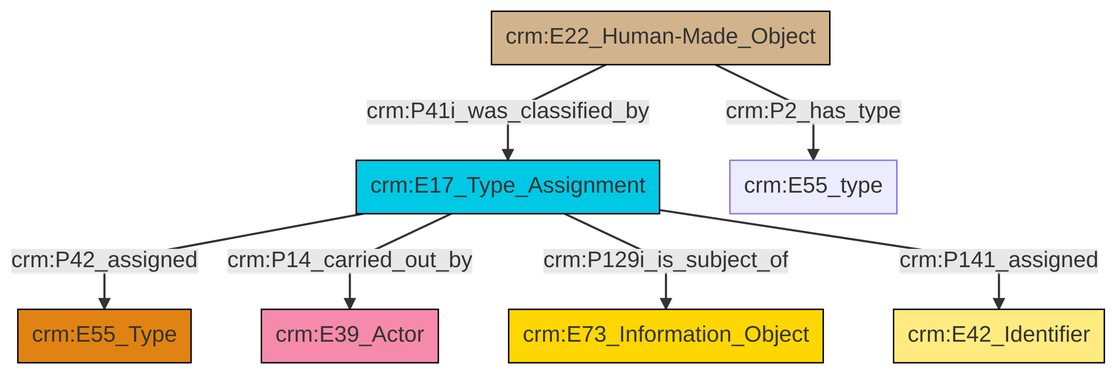
Before: et/builtWorkCSV/ttl/mmd/png/Built_Work_designation_status.png, a diagram exported from Mermaid (swiss-art-research-net/docs.swissartresearch). Its source is kept beside it as et/builtWorkCSV/ttl/mmd/Built_Work_designation_status.ttl.mmd.
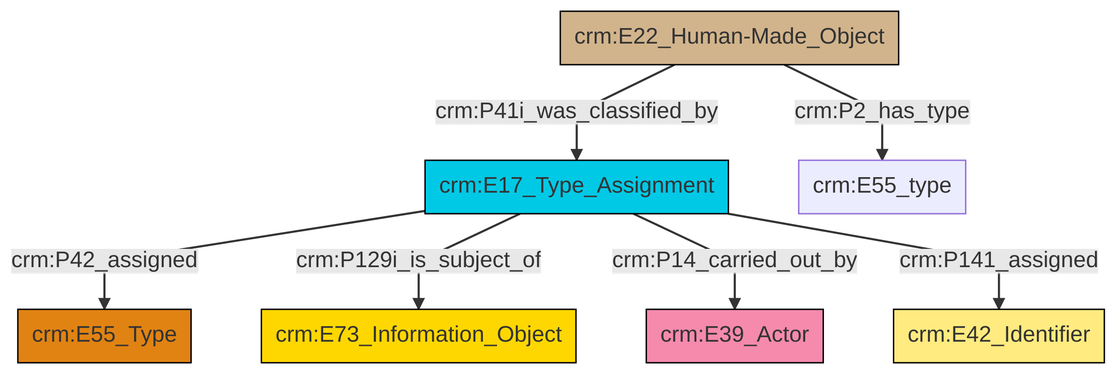
After the commit.

Diff of the diagram source:
```diff
@@ -13,9 +13,9 @@
 classDef PC_Classes fill:#4ce600, stroke:#000000;
 classDef Multi fill:#cccccc,stroke:#000000;
 
-0["crm:E17_Type_Assignment"]:::Temporal_Entity -->|crm:P42_assigned| 1["crm:E55_Type"]:::Type
-0["crm:E17_Type_Assignment"]:::Temporal_Entity -->|crm:P14_carried_out_by| 2["crm:E39_Actor"]:::Actor
-0["crm:E17_Type_Assignment"]:::Temporal_Entity -->|crm:P129i_is_subject_of| 5["crm:E73_Information_Object"]:::Conceptual_Object
-7["crm:E22_Human-Made_Object"]:::Physical_Thing -->|crm:P41i_was_classified_by| 0["crm:E17_Type_Assignment"]:::Temporal_Entity
-0["crm:E17_Type_Assignment"]:::Temporal_Entity -->|crm:P141_assigned| 9["crm:E42_Identifier"]:::Appellation
-7["crm:E22_Human-Made_Object"]:::Physical_Thing -->|crm:P2_has_type| 3["crm:E55_type"]:::Default
+0["crm:E22_Human-Made_Object"]:::Physical_Thing -->|crm:P41i_was_classified_by| 1["crm:E17_Type_Assignment"]:::Temporal_Entity
+1["crm:E17_Type_Assignment"]:::Temporal_Entity -->|crm:P42_assigned| 2["crm:E55_Type"]:::Type
+1["crm:E17_Type_Assignment"]:::Temporal_Entity -->|crm:P129i_is_subject_of| 9["crm:E73_Information_Object"]:::Conceptual_Object
+1["crm:E17_Type_Assignment"]:::Temporal_Entity -->|crm:P14_carried_out_by| 5["crm:E39_Actor"]:::Actor
+1["crm:E17_Type_Assignment"]:::Temporal_Entity -->|crm:P141_assigned| 7["crm:E42_Identifier"]:::Appellation
+0["crm:E22_Human-Made_Object"]:::Physical_Thing -->|crm:P2_has_type| 12["crm:E55_type"]:::Default
```
